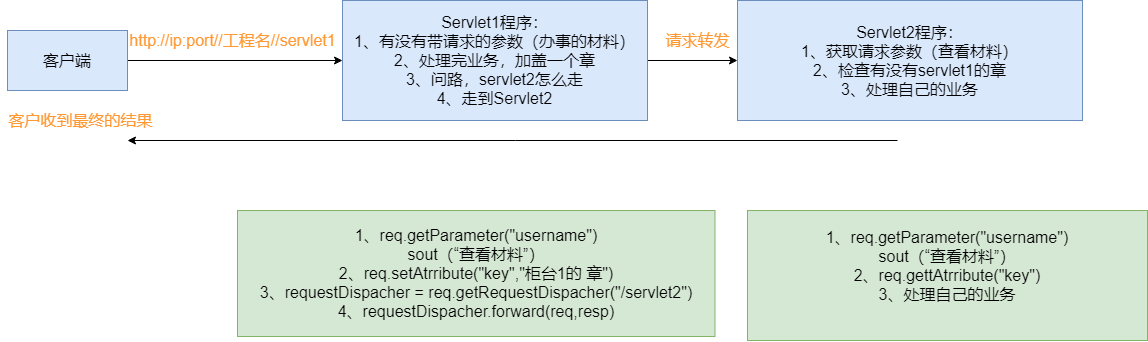
Above: web-Page-2.png in kusuzi/LearnJava (draw.io), before the change. Source tidied: cells renumbered, new cells last; positions are measured from the earlier drawing's top-left corner, leaving out a move shared by most shapes.
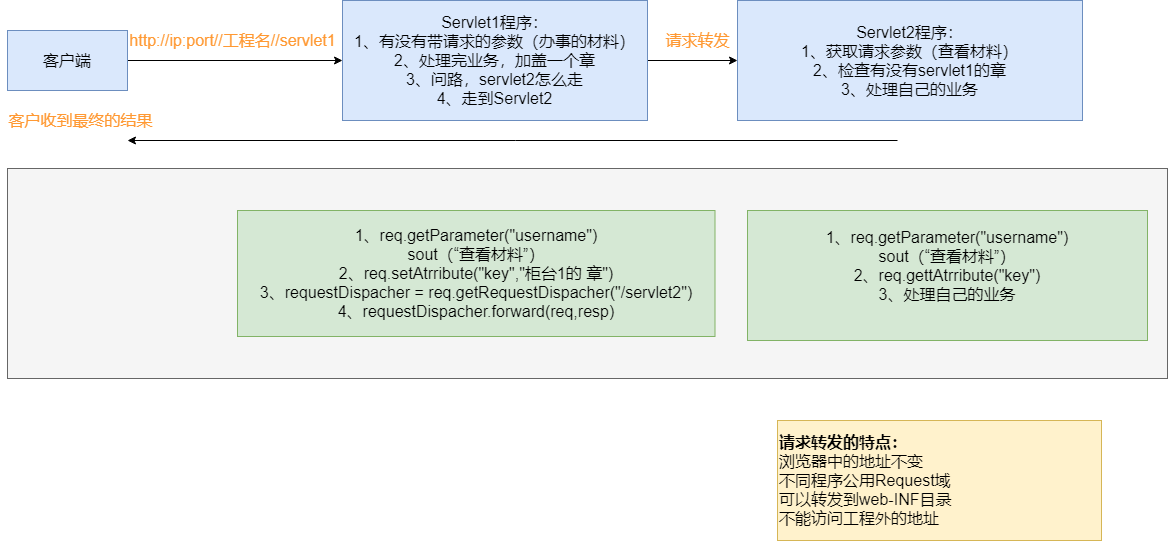
Later version of the same file.

What changed in the source:
```diff
@@ -2,6 +2,9 @@
   <root>
     <mxCell id="0" />
     <mxCell id="1" parent="0" />
+    <mxCell id="13" style="rounded=0;whiteSpace=wrap;html=1;fillColor=#f5f5f5;strokeColor=#666666;" parent="1" vertex="1">
+      <mxGeometry x="7" y="168" width="1160" height="210" as="geometry" />
+    </mxCell>
     <mxCell id="2" style="edgeStyle=orthogonalEdgeStyle;rounded=0;jettySize=auto;html=1;fontSize=16;" parent="1" edge="1" source="3" target="5">
       <mxGeometry relative="1" as="geometry" />
     </mxCell>
@@ -38,5 +41,8 @@
     <mxCell id="12" value="&lt;span style=&quot;font-size: 16px&quot;&gt;1、req.getParameter(&quot;username&quot;)&lt;br&gt;&lt;/span&gt;&lt;span style=&quot;font-size: 16px&quot;&gt;sout（“查看材料”）&lt;br&gt;&lt;/span&gt;&lt;span style=&quot;font-size: 16px&quot;&gt;2、&lt;/span&gt;&lt;span style=&quot;font-size: 16px&quot;&gt;req.gettAtrribute(&quot;key&quot;)&lt;br&gt;&lt;/span&gt;&lt;span style=&quot;font-size: 16px&quot;&gt;3、处理自己的业务&lt;br&gt;&lt;br&gt;&lt;/span&gt;" style="rounded=0;whiteSpace=wrap;html=1;fillColor=#d5e8d4;strokeColor=#82b366;" parent="1" vertex="1">
       <mxGeometry x="747" y="210" width="400" height="130" as="geometry" />
     </mxCell>
+    <mxCell id="14" value="&lt;b&gt;请求转发的特点：&lt;/b&gt;&lt;br style=&quot;font-size: 16px&quot;&gt;浏览器中的地址不变&lt;br style=&quot;font-size: 16px&quot;&gt;不同程序公用Request域&lt;br style=&quot;font-size: 16px&quot;&gt;可以转发到web-INF目录&lt;br&gt;不能访问工程外的地址" style="rounded=0;whiteSpace=wrap;html=1;fillColor=#fff2cc;strokeColor=#d6b656;fontSize=16;align=left;" parent="1" vertex="1">
+      <mxGeometry x="777" y="420" width="324" height="120" as="geometry" />
+    </mxCell>
   </root>
 </mxGraphModel>
```
